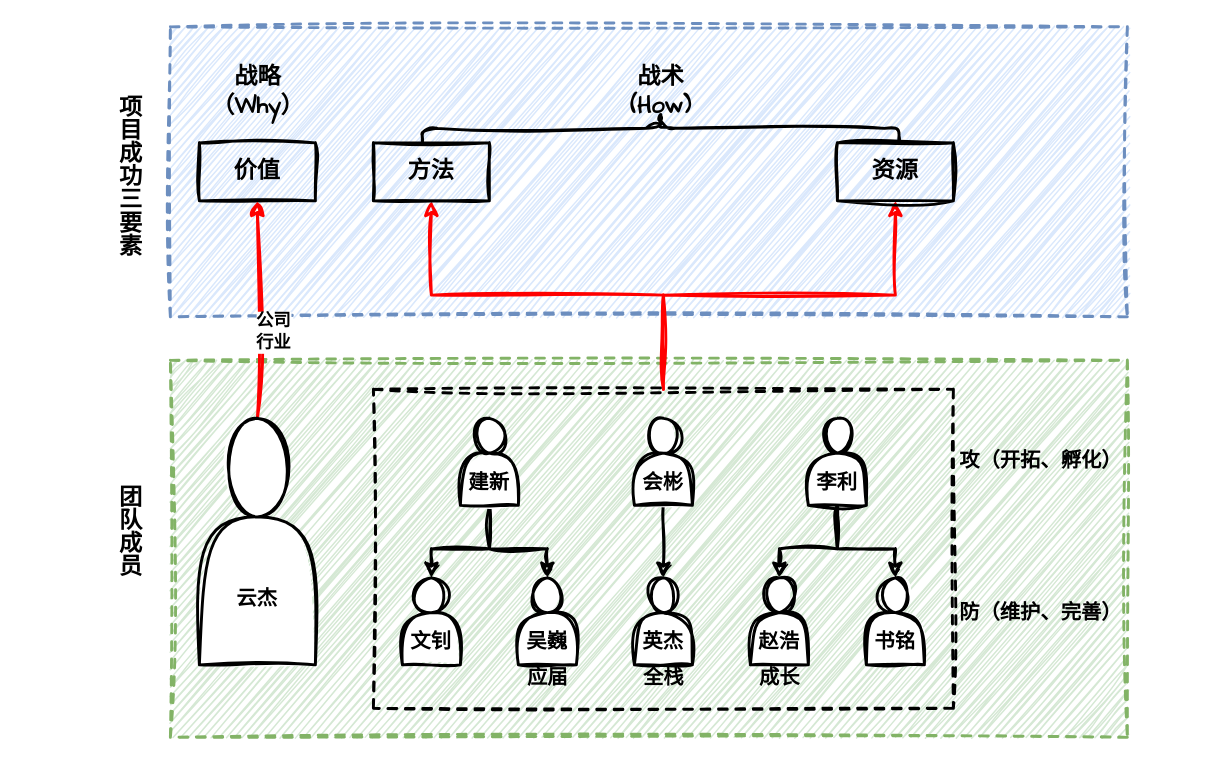
zhuanzhuan-tech/arch-draw-io keeps this draw.io diagram as personal/duyunjie/管理理念.drawio. Above is the earlier version. Source tidied: cells renumbered, new cells numbered last; positions are measured from the earlier drawing's top-left corner, leaving out a move shared by most shapes. Both pictures are drawn from the tidied source at 145%, with x=0, y=0 at pixel (25, -110).
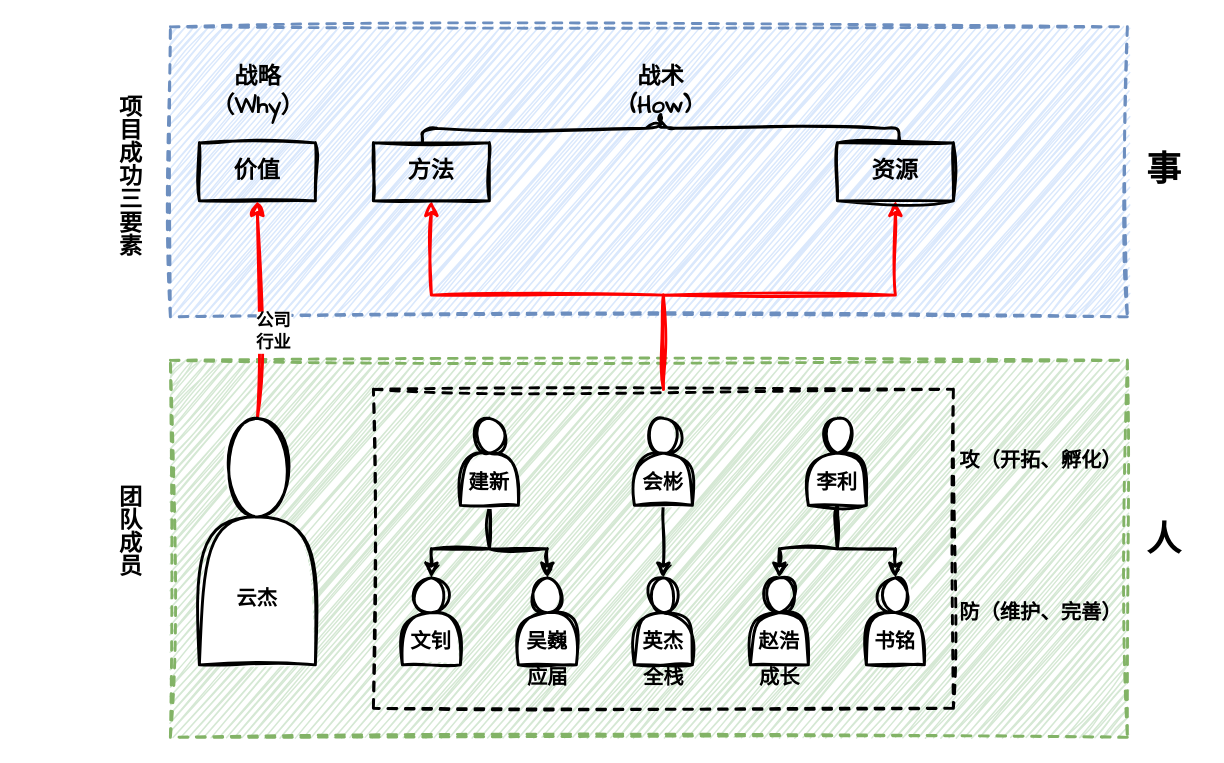
The same page after the edit.

Commit message:
更新管理理念.drawio

Diff of the diagram source:
```diff
@@
+    <mxCell id="36" value="&lt;b style=&quot;&quot;&gt;&lt;font style=&quot;font-size: 24px;&quot;&gt;事&lt;/font&gt;&lt;/b&gt;" style="text;html=1;align=center;verticalAlign=middle;strokeColor=none;fillColor=none;fontFamily=Architects Daughter;" parent="1" vertex="1">
+      <mxGeometry x="760" y="174" width="50" height="40" as="geometry" />
+    </mxCell>
+    <mxCell id="37" value="&lt;span style=&quot;font-size: 24px;&quot;&gt;&lt;b&gt;人&lt;/b&gt;&lt;/span&gt;" style="text;html=1;align=center;verticalAlign=middle;strokeColor=none;fillColor=none;fontFamily=Architects Daughter;" parent="1" vertex="1">
+      <mxGeometry x="760" y="429" width="50" height="40" as="geometry" />
+    </mxCell>
```
